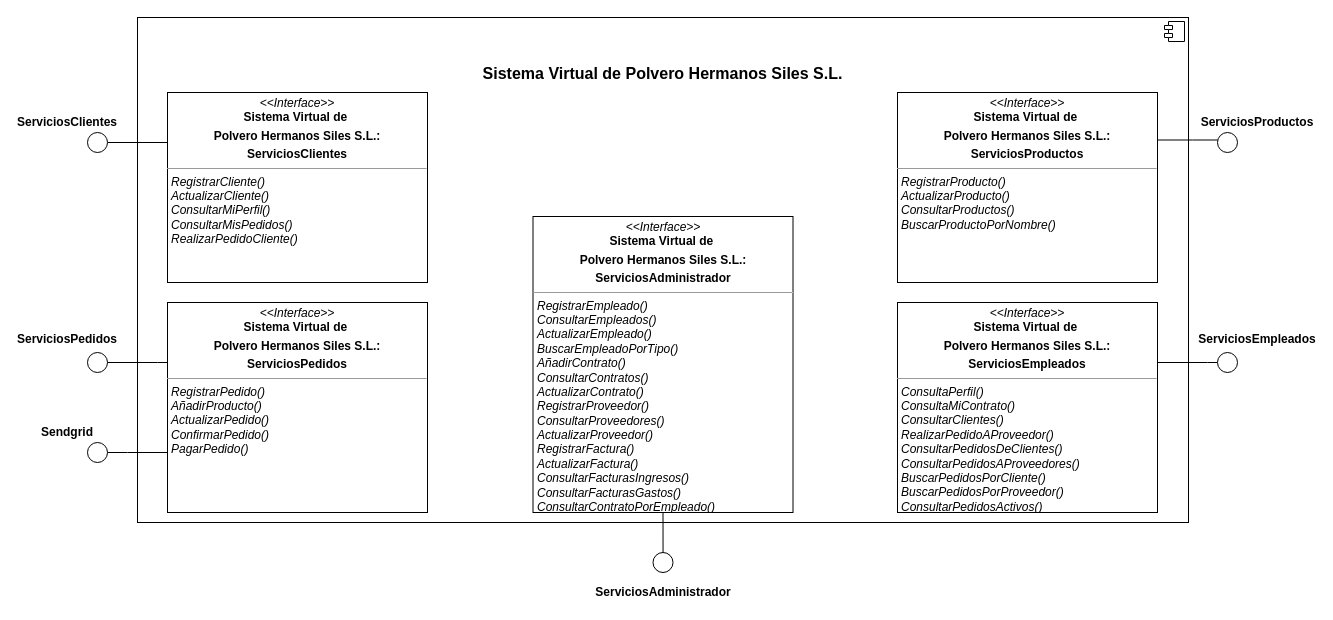
felipescalera/Proyecto-IR keeps this draw.io diagram as diagramas/diagrama de interfaz de sistema/diagramaInterfazSistema.drawio. Above is the earlier version. Source tidied: cells renumbered, new cells numbered last; positions are measured from the earlier drawing's top-left corner, leaving out a move shared by most shapes. Both pictures are drawn from the tidied source at 100%, with x=0, y=0 at pixel (47, 17).
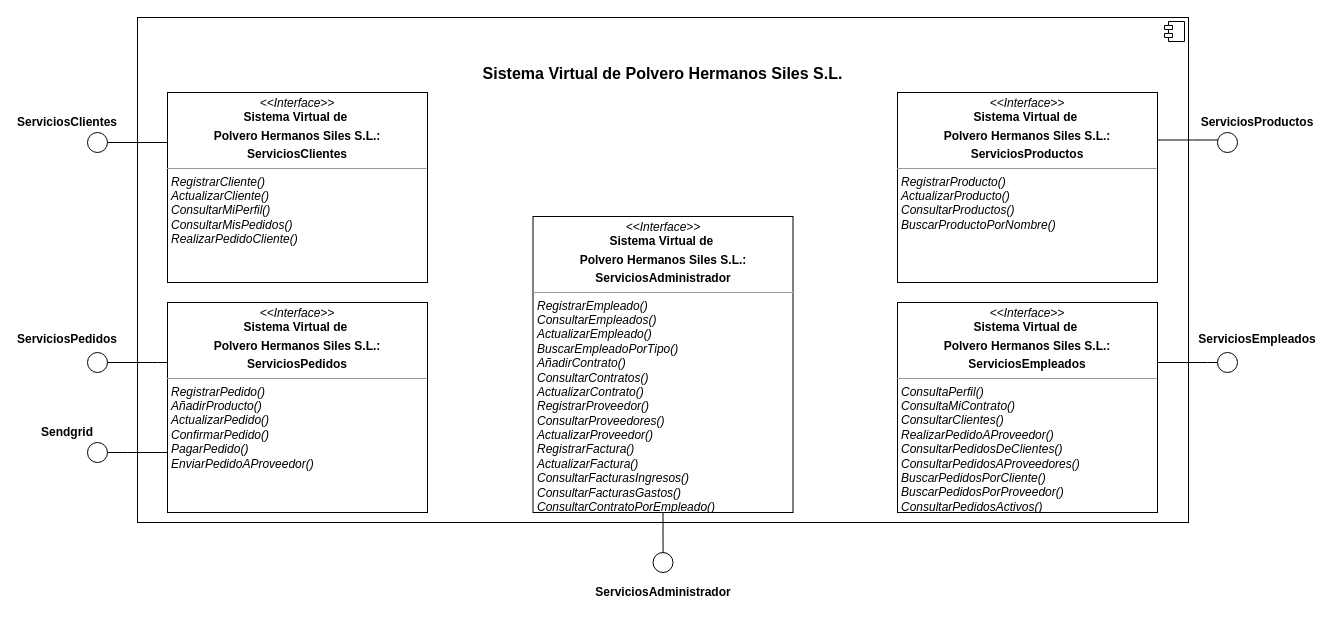
Above is the later version.

Change to the diagram source:
```diff
@@
-    <mxCell id="8" value="&lt;p style=&quot;margin: 0px ; margin-top: 4px ; text-align: center&quot;&gt;&lt;i&gt;&amp;lt;&amp;lt;Interface&amp;gt;&amp;gt;&lt;/i&gt;&lt;br&gt;&lt;b&gt;Sistema Virtual de&amp;nbsp;&lt;/b&gt;&lt;br&gt;&lt;/p&gt;&lt;p style=&quot;margin: 0px ; margin-top: 4px ; text-align: center&quot;&gt;&lt;b&gt;Polvero Hermanos Siles S.L.:&lt;/b&gt;&lt;br&gt;&lt;/p&gt;&lt;p style=&quot;margin: 0px ; margin-top: 4px ; text-align: center&quot;&gt;&lt;b&gt;ServiciosPedidos&lt;/b&gt;&lt;/p&gt;&lt;hr size=&quot;1&quot;&gt;&lt;p style=&quot;margin: 0px ; margin-left: 4px&quot;&gt;&lt;i&gt;RegistrarPedido()&lt;/i&gt;&lt;/p&gt;&lt;p style=&quot;margin: 0px ; margin-left: 4px&quot;&gt;&lt;i&gt;AñadirProducto()&lt;/i&gt;&lt;/p&gt;&lt;p style=&quot;margin: 0px ; margin-left: 4px&quot;&gt;&lt;i&gt;ActualizarPedido()&lt;/i&gt;&lt;/p&gt;&lt;p style=&quot;margin: 0px ; margin-left: 4px&quot;&gt;&lt;i&gt;ConfirmarPedido()&lt;/i&gt;&lt;/p&gt;&lt;p style=&quot;margin: 0px ; margin-left: 4px&quot;&gt;&lt;i&gt;PagarPedido()&lt;/i&gt;&lt;/p&gt;" style="verticalAlign=top;align=left;overflow=fill;fontSize=12;fontFamily=Helvetica;html=1;" parent="1" vertex="1">
+    <mxCell id="8" value="&lt;p style=&quot;margin: 0px ; margin-top: 4px ; text-align: center&quot;&gt;&lt;i&gt;&amp;lt;&amp;lt;Interface&amp;gt;&amp;gt;&lt;/i&gt;&lt;br&gt;&lt;b&gt;Sistema Virtual de&amp;nbsp;&lt;/b&gt;&lt;br&gt;&lt;/p&gt;&lt;p style=&quot;margin: 0px ; margin-top: 4px ; text-align: center&quot;&gt;&lt;b&gt;Polvero Hermanos Siles S.L.:&lt;/b&gt;&lt;br&gt;&lt;/p&gt;&lt;p style=&quot;margin: 0px ; margin-top: 4px ; text-align: center&quot;&gt;&lt;b&gt;ServiciosPedidos&lt;/b&gt;&lt;/p&gt;&lt;hr size=&quot;1&quot;&gt;&lt;p style=&quot;margin: 0px ; margin-left: 4px&quot;&gt;&lt;i&gt;RegistrarPedido()&lt;/i&gt;&lt;/p&gt;&lt;p style=&quot;margin: 0px ; margin-left: 4px&quot;&gt;&lt;i&gt;AñadirProducto()&lt;/i&gt;&lt;/p&gt;&lt;p style=&quot;margin: 0px ; margin-left: 4px&quot;&gt;&lt;i&gt;ActualizarPedido()&lt;/i&gt;&lt;/p&gt;&lt;p style=&quot;margin: 0px ; margin-left: 4px&quot;&gt;&lt;i&gt;ConfirmarPedido()&lt;/i&gt;&lt;/p&gt;&lt;p style=&quot;margin: 0px ; margin-left: 4px&quot;&gt;&lt;i&gt;PagarPedido()&lt;/i&gt;&lt;/p&gt;&lt;p style=&quot;margin: 0px ; margin-left: 4px&quot;&gt;&lt;i&gt;EnviarPedidoAProveedor()&lt;/i&gt;&lt;/p&gt;" style="verticalAlign=top;align=left;overflow=fill;fontSize=12;fontFamily=Helvetica;html=1;" parent="1" vertex="1">
       <mxGeometry x="120" y="285" width="260" height="210" as="geometry" />
     </mxCell>
```
